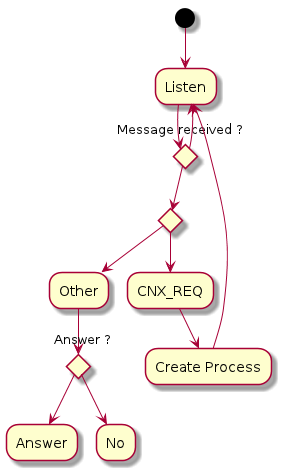
Above: doc/UML/Algo_Leader.png in tof25/DST (PlantUML), before the change.
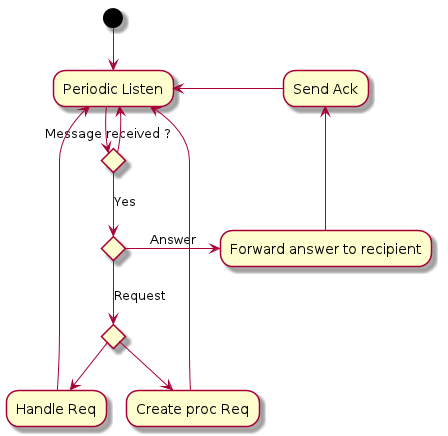
Above is the later version.

Commit message:
Algo Leader OK

Diff of the diagram source:
```diff
@@ -1,19 +1,20 @@
 @startuml
-(*) -->Listen
+(*top) -->"Periodic Listen"
 
 if "Message received ?" then
-  --> "Listen"
+  -->"Periodic Listen"
 else
-  if "" then
-    --> "CNX_REQ" as cnx
-    cnx -->Create Process
-    -->Listen
+  [Yes]if "" then
+    -right->[Answer]"Forward answer to recipient"
+    -->"Send Ack"
+    -left->"Periodic Listen"
   else
-    --> "Other"
-    -->if "Answer ?" then
-      -->"Answer"
+    [Request]if "" then
+      -->"Handle Req"
+      -up->"Periodic Listen"
     else
-      -->"No"
+      -->"Create proc Req"
+      -up->"Periodic Listen"
     endif
   endif
 endif
```
